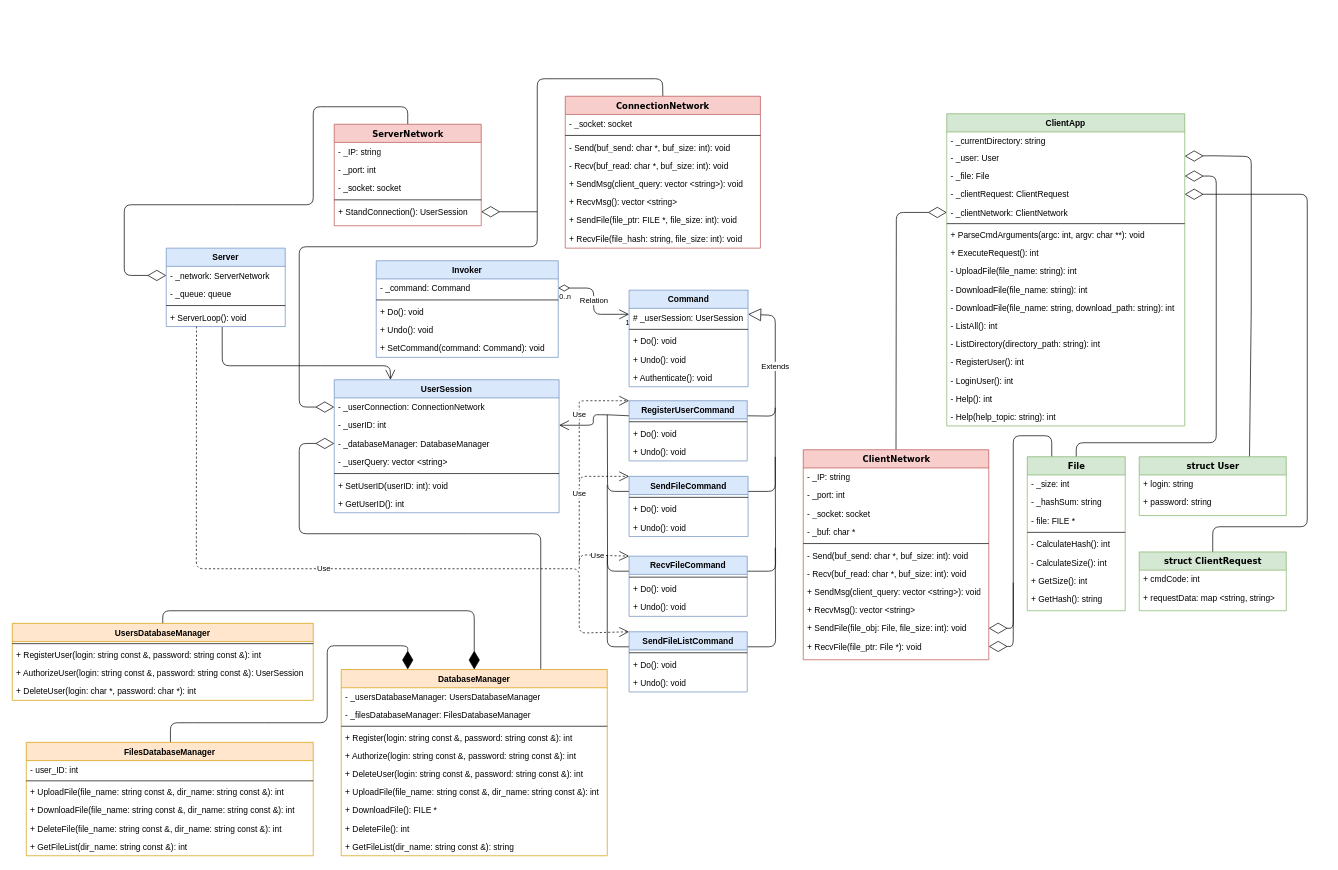
Above: uml.drawio in SmailD35/ScreamerCloud (draw.io), before the change. Source tidied: cells renumbered, new cells numbered last; positions are measured from the earlier drawing's top-left corner, leaving out a move shared by most shapes. Both pictures are drawn from the tidied source at 70%, with x=0, y=0 at pixel (12, 78).
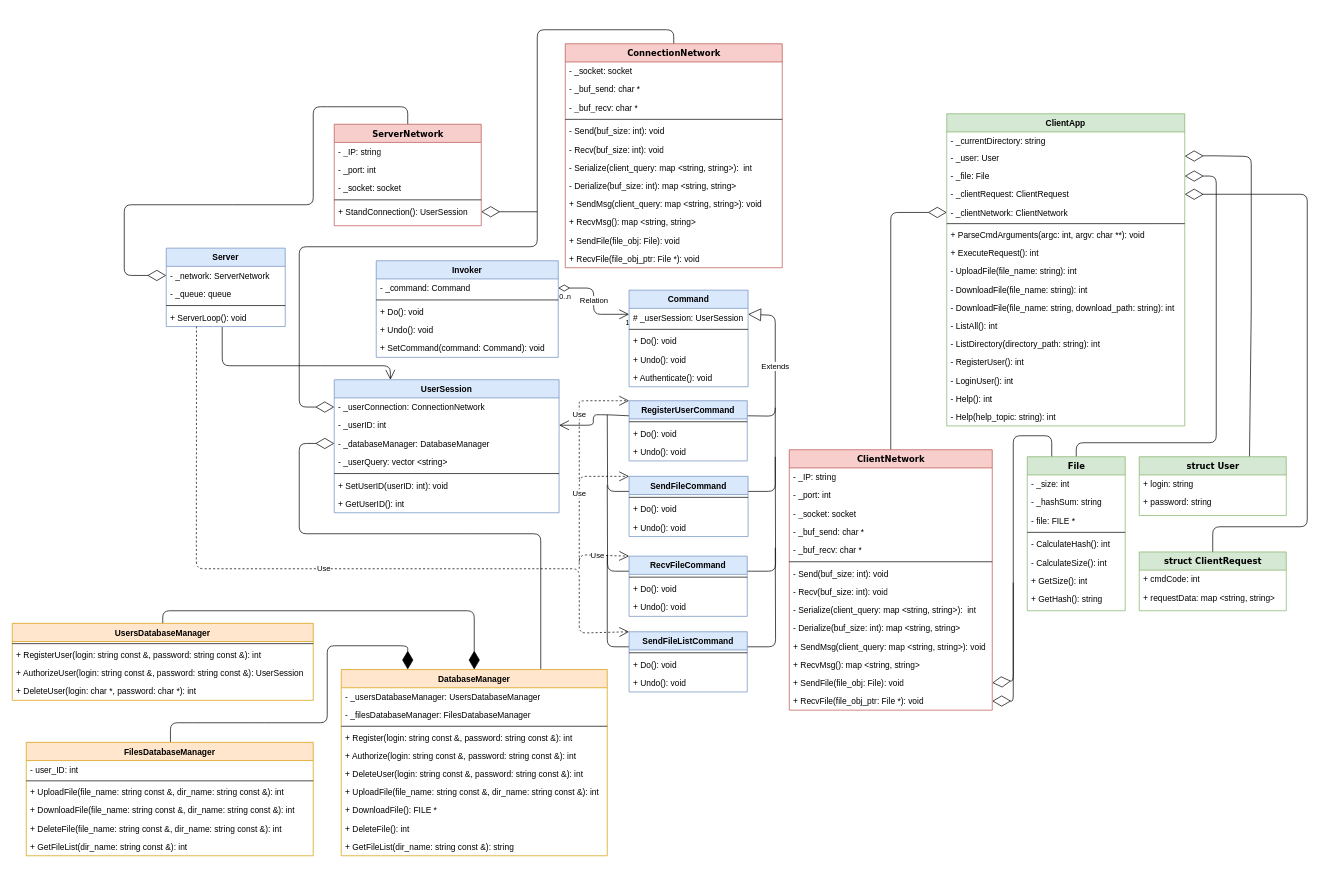
Above is the later version.

Commit message:
исправлена uml

Unchanged cells that the change refers to:
```xml
<mxCell id="35" value="- _clientNetwork: ClientNetwork" style="text;strokeColor=none;fillColor=none;align=left;verticalAlign=top;spacingLeft=4;spacingRight=4;overflow=hidden;points=[[0,0.5],[1,0.5]];portConstraint=eastwest;" parent="30" vertex="1">
  <mxGeometry y="128" width="340" height="26" as="geometry" />
</mxCell>
<mxCell id="76" value="- _userConnection: ConnectionNetwork" style="text;strokeColor=none;fillColor=none;align=left;verticalAlign=top;spacingLeft=4;spacingRight=4;overflow=hidden;points=[[0,0.5],[1,0.5]];portConstraint=eastwest;" parent="75" vertex="1">
  <mxGeometry y="26" width="321.2" height="26" as="geometry" />
</mxCell>
<mxCell id="140" value="File" style="swimlane;html=1;fontStyle=1;align=center;verticalAlign=top;horizontal=1;startSize=26;swimlaneFillColor=#ffffff;rounded=0;shadow=0;comic=0;labelBackgroundColor=none;strokeWidth=1;fillColor=#d5e8d4;fontFamily=Verdana;fontSize=12;strokeColor=#82b366;" parent="1" vertex="1">
  <mxGeometry x="1450" y="540" width="140" height="220" as="geometry" />
</mxCell>
```

Diff of the diagram source:
```diff
@@
     <mxCell id="3" style="endArrow=diamondThin;endFill=0;endSize=24;html=1;entryX=0;entryY=0.5;entryDx=0;entryDy=0;exitX=0.5;exitY=0;exitDx=0;exitDy=0;" parent="1" edge="1" source="128" target="35">
       <mxGeometry relative="1" as="geometry">
         <Array as="points">
-          <mxPoint x="1263" y="191" />
+          <mxPoint x="1255" y="191" />
         </Array>
       </mxGeometry>
     </mxCell>
@@
     <mxCell id="24" style="endArrow=diamondThin;endFill=0;endSize=24;html=1;entryX=0;entryY=0.5;entryDx=0;entryDy=0;exitX=0.5;exitY=0;exitDx=0;exitDy=0;" parent="1" edge="1" source="95" target="76">
       <mxGeometry relative="1" as="geometry">
         <Array as="points">
-          <mxPoint x="929" />
-          <mxPoint x="750" />
+          <mxPoint x="945" y="-70" />
+          <mxPoint x="750" y="-70" />
           <mxPoint x="750" y="240" />
           <mxPoint x="410" y="240" />
           <mxPoint x="410" y="469" />
         </Array>
       </mxGeometry>
     </mxCell>
@@
     <mxCell id="29" style="endArrow=diamondThin;endFill=0;endSize=24;html=1;entryX=1;entryY=0.5;entryDx=0;entryDy=0;exitX=0.25;exitY=0;exitDx=0;exitDy=0;" parent="1" edge="1" source="140" target="138">
       <mxGeometry relative="1" as="geometry">
         <Array as="points">
           <mxPoint x="1485" y="510" />
           <mxPoint x="1430" y="510" />
-          <mxPoint x="1430" y="785" />
+          <mxPoint x="1430" y="860" />
         </Array>
       </mxGeometry>
     </mxCell>
@@
-    <mxCell id="95" value="ConnectionNetwork" style="swimlane;html=1;fontStyle=1;align=center;verticalAlign=top;horizontal=1;startSize=26;swimlaneFillColor=#ffffff;rounded=0;shadow=0;comic=0;labelBackgroundColor=none;strokeWidth=1;fillColor=#f8cecc;fontFamily=Verdana;fontSize=12;strokeColor=#b85450;" parent="1" vertex="1">
-      <mxGeometry x="790" y="25" width="278.8" height="217" as="geometry" />
-    </mxCell>
-    <mxCell id="96" value="- _socket: socket" style="text;html=1;strokeColor=none;fillColor=none;align=left;verticalAlign=top;spacingLeft=4;spacingRight=4;whiteSpace=wrap;overflow=hidden;" parent="95" vertex="1">
-      <mxGeometry y="26" width="278.8" height="26" as="geometry" />
-    </mxCell>
-    <mxCell id="97" style="line;html=1;strokeWidth=1;fillColor=none;align=left;verticalAlign=middle;spacingTop=-1;spacingLeft=3;spacingRight=3;labelPosition=right;" parent="95" vertex="1">
-      <mxGeometry y="52" width="278.8" height="8" as="geometry" />
-    </mxCell>
-    <mxCell id="98" value="- Send(buf_send: char *, buf_size: int): void" style="text;html=1;strokeColor=none;fillColor=none;align=left;verticalAlign=top;spacingLeft=4;spacingRight=4;whiteSpace=wrap;overflow=hidden;" parent="95" vertex="1">
-      <mxGeometry y="60" width="278.8" height="26" as="geometry" />
-    </mxCell>
-    <mxCell id="99" value="- Recv(buf_read: char *, buf_size: int): void" style="text;html=1;strokeColor=none;fillColor=none;align=left;verticalAlign=top;spacingLeft=4;spacingRight=4;whiteSpace=wrap;overflow=hidden;" parent="95" vertex="1">
-      <mxGeometry y="86" width="278.8" height="26" as="geometry" />
-    </mxCell>
-    <mxCell id="100" value="+ SendMsg(client_query: vector &amp;lt;string&amp;gt;): void&amp;nbsp;" style="text;html=1;strokeColor=none;fillColor=none;align=left;verticalAlign=top;spacingLeft=4;spacingRight=4;whiteSpace=wrap;overflow=hidden;" parent="95" vertex="1">
-      <mxGeometry y="112" width="278.8" height="26" as="geometry" />
-    </mxCell>
-    <mxCell id="101" value="+ RecvMsg(): vector &amp;lt;string&amp;gt;" style="text;html=1;strokeColor=none;fillColor=none;align=left;verticalAlign=top;spacingLeft=4;spacingRight=4;whiteSpace=wrap;overflow=hidden;" parent="95" vertex="1">
-      <mxGeometry y="138" width="278.8" height="26" as="geometry" />
-    </mxCell>
-    <mxCell id="102" value="+ SendFile(file_ptr: FILE *, file_size: int): void" style="text;html=1;strokeColor=none;fillColor=none;align=left;verticalAlign=top;spacingLeft=4;spacingRight=4;whiteSpace=wrap;overflow=hidden;" parent="95" vertex="1">
-      <mxGeometry y="164" width="278.8" height="26" as="geometry" />
-    </mxCell>
-    <mxCell id="103" value="+ RecvFile(file_hash: string, file_size: int): void" style="text;html=1;strokeColor=none;fillColor=none;align=left;verticalAlign=top;spacingLeft=4;spacingRight=4;whiteSpace=wrap;overflow=hidden;" parent="95" vertex="1">
-      <mxGeometry y="190" width="278.8" height="26" as="geometry" />
-    </mxCell>
@@
     <mxCell id="127" style="endArrow=diamondThin;endFill=0;endSize=24;html=1;entryX=1;entryY=0.5;entryDx=0;entryDy=0;" parent="1" edge="1" target="139">
       <mxGeometry relative="1" as="geometry">
         <mxPoint x="1430" y="720" as="sourcePoint" />
         <Array as="points">
-          <mxPoint x="1430" y="780" />
-          <mxPoint x="1430" y="811" />
+          <mxPoint x="1430" y="830" />
+          <mxPoint x="1430" y="889" />
         </Array>
       </mxGeometry>
     </mxCell>
     <mxCell id="128" value="ClientNetwork" style="swimlane;html=1;fontStyle=1;align=center;verticalAlign=top;horizontal=1;startSize=26;swimlaneFillColor=#ffffff;rounded=0;shadow=0;comic=0;labelBackgroundColor=none;strokeWidth=1;fillColor=#f8cecc;fontFamily=Verdana;fontSize=12;strokeColor=#b85450;" parent="1" vertex="1">
-      <mxGeometry x="1130" y="530" width="265" height="300" as="geometry" />
+      <mxGeometry x="1110" y="530" width="290" height="372" as="geometry" />
     </mxCell>
     <mxCell id="129" value="- _IP: string" style="text;html=1;strokeColor=none;fillColor=none;align=left;verticalAlign=top;spacingLeft=4;spacingRight=4;whiteSpace=wrap;overflow=hidden;" parent="128" vertex="1">
-      <mxGeometry y="26" width="265" height="26" as="geometry" />
+      <mxGeometry y="26" width="290" height="26" as="geometry" />
     </mxCell>
     <mxCell id="130" value="- _port: int" style="text;html=1;strokeColor=none;fillColor=none;align=left;verticalAlign=top;spacingLeft=4;spacingRight=4;whiteSpace=wrap;overflow=hidden;" parent="128" vertex="1">
-      <mxGeometry y="52" width="265" height="26" as="geometry" />
+      <mxGeometry y="52" width="290" height="26" as="geometry" />
     </mxCell>
     <mxCell id="131" value="- _socket: socket" style="text;html=1;strokeColor=none;fillColor=none;align=left;verticalAlign=top;spacingLeft=4;spacingRight=4;whiteSpace=wrap;overflow=hidden;" parent="128" vertex="1">
-      <mxGeometry y="78" width="265" height="26" as="geometry" />
+      <mxGeometry y="78" width="290" height="26" as="geometry" />
     </mxCell>
-    <mxCell id="132" value="- _buf: char *" style="text;html=1;strokeColor=none;fillColor=none;align=left;verticalAlign=top;spacingLeft=4;spacingRight=4;whiteSpace=wrap;overflow=hidden;" parent="128" vertex="1">
-      <mxGeometry y="104" width="265" height="26" as="geometry" />
+    <mxCell id="132" value="- _buf_send: char *" style="text;html=1;strokeColor=none;fillColor=none;align=left;verticalAlign=top;spacingLeft=4;spacingRight=4;whiteSpace=wrap;overflow=hidden;" parent="128" vertex="1">
+      <mxGeometry y="104" width="290" height="26" as="geometry" />
     </mxCell>
+    <mxCell id="155" value="- _buf_recv: char *" style="text;html=1;strokeColor=none;fillColor=none;align=left;verticalAlign=top;spacingLeft=4;spacingRight=4;whiteSpace=wrap;overflow=hidden;" parent="128" vertex="1">
+      <mxGeometry y="130" width="290" height="26" as="geometry" />
+    </mxCell>
     <mxCell id="133" style="line;html=1;strokeWidth=1;fillColor=none;align=left;verticalAlign=middle;spacingTop=-1;spacingLeft=3;spacingRight=3;labelPosition=right;" parent="128" vertex="1">
-      <mxGeometry y="130" width="265" height="8" as="geometry" />
+      <mxGeometry y="156" width="290" height="8" as="geometry" />
     </mxCell>
-    <mxCell id="134" value="- Send(buf_send: char *, buf_size: int): void" style="text;html=1;strokeColor=none;fillColor=none;align=left;verticalAlign=top;spacingLeft=4;spacingRight=4;whiteSpace=wrap;overflow=hidden;" parent="128" vertex="1">
-      <mxGeometry y="138" width="265" height="26" as="geometry" />
+    <mxCell id="134" value="- Send(buf_size: int): void" style="text;html=1;strokeColor=none;fillColor=none;align=left;verticalAlign=top;spacingLeft=4;spacingRight=4;whiteSpace=wrap;overflow=hidden;" parent="128" vertex="1">
+      <mxGeometry y="164" width="290" height="26" as="geometry" />
     </mxCell>
-    <mxCell id="135" value="- Recv(buf_read: char *, buf_size: int): void" style="text;html=1;strokeColor=none;fillColor=none;align=left;verticalAlign=top;spacingLeft=4;spacingRight=4;whiteSpace=wrap;overflow=hidden;" parent="128" vertex="1">
-      <mxGeometry y="164" width="265" height="26" as="geometry" />
+    <mxCell id="135" value="- Recv(buf_size: int): void" style="text;html=1;strokeColor=none;fillColor=none;align=left;verticalAlign=top;spacingLeft=4;spacingRight=4;whiteSpace=wrap;overflow=hidden;" parent="128" vertex="1">
+      <mxGeometry y="190" width="290" height="26" as="geometry" />
     </mxCell>
+    <mxCell id="156" value="- Serialize(client_query: map &amp;lt;string, string&amp;gt;):&amp;nbsp; int" style="text;html=1;strokeColor=none;fillColor=none;align=left;verticalAlign=top;spacingLeft=4;spacingRight=4;whiteSpace=wrap;overflow=hidden;" parent="128" vertex="1">
+      <mxGeometry y="216" width="290" height="26" as="geometry" />
+    </mxCell>
+    <mxCell id="157" value="- Derialize(buf_size: int): map &amp;lt;string, string&amp;gt;" style="text;html=1;strokeColor=none;fillColor=none;align=left;verticalAlign=top;spacingLeft=4;spacingRight=4;whiteSpace=wrap;overflow=hidden;" parent="128" vertex="1">
+      <mxGeometry y="242" width="290" height="26" as="geometry" />
+    </mxCell>
-    <mxCell id="136" value="+ SendMsg(client_query: vector &amp;lt;string&amp;gt;): void" style="text;html=1;strokeColor=none;fillColor=none;align=left;verticalAlign=top;spacingLeft=4;spacingRight=4;whiteSpace=wrap;overflow=hidden;" parent="128" vertex="1">
-      <mxGeometry y="190" width="265" height="26" as="geometry" />
+    <mxCell id="136" value="+ SendMsg(client_query: map &amp;lt;string, string&amp;gt;): void" style="text;html=1;strokeColor=none;fillColor=none;align=left;verticalAlign=top;spacingLeft=4;spacingRight=4;whiteSpace=wrap;overflow=hidden;" parent="128" vertex="1">
+      <mxGeometry y="268" width="290" height="26" as="geometry" />
     </mxCell>
-    <mxCell id="137" value="+ RecvMsg(): vector &amp;lt;string&amp;gt;" style="text;html=1;strokeColor=none;fillColor=none;align=left;verticalAlign=top;spacingLeft=4;spacingRight=4;whiteSpace=wrap;overflow=hidden;" parent="128" vertex="1">
-      <mxGeometry y="216" width="265" height="26" as="geometry" />
+    <mxCell id="137" value="+ RecvMsg(): map &amp;lt;string, string&amp;gt;" style="text;html=1;strokeColor=none;fillColor=none;align=left;verticalAlign=top;spacingLeft=4;spacingRight=4;whiteSpace=wrap;overflow=hidden;" parent="128" vertex="1">
+      <mxGeometry y="294" width="290" height="26" as="geometry" />
     </mxCell>
-    <mxCell id="138" value="+ SendFile(file_obj: File, file_size: int): void" style="text;html=1;strokeColor=none;fillColor=none;align=left;verticalAlign=top;spacingLeft=4;spacingRight=4;whiteSpace=wrap;overflow=hidden;points=[[0,0.5],[1,0.5]];portConstraint=eastwest;" parent="128" vertex="1">
-      <mxGeometry y="242" width="265" height="26" as="geometry" />
+    <mxCell id="138" value="+ SendFile(file_obj: File): void" style="text;html=1;strokeColor=none;fillColor=none;align=left;verticalAlign=top;spacingLeft=4;spacingRight=4;whiteSpace=wrap;overflow=hidden;points=[[0,0.5],[1,0.5]];portConstraint=eastwest;" parent="128" vertex="1">
+      <mxGeometry y="320" width="290" height="26" as="geometry" />
     </mxCell>
-    <mxCell id="139" value="+ RecvFile(file_ptr: File *): void" style="text;html=1;strokeColor=none;fillColor=none;align=left;verticalAlign=top;spacingLeft=4;spacingRight=4;whiteSpace=wrap;overflow=hidden;points=[[0,0.5],[1,0.5]];portConstraint=eastwest;" parent="128" vertex="1">
-      <mxGeometry y="268" width="265" height="26" as="geometry" />
+    <mxCell id="139" value="+ RecvFile(file_obj_ptr: File *): void" style="text;html=1;strokeColor=none;fillColor=none;align=left;verticalAlign=top;spacingLeft=4;spacingRight=4;whiteSpace=wrap;overflow=hidden;points=[[0,0.5],[1,0.5]];portConstraint=eastwest;" parent="128" vertex="1">
+      <mxGeometry y="346" width="290" height="26" as="geometry" />
     </mxCell>
@@
+    <mxCell id="95" value="ConnectionNetwork" style="swimlane;html=1;fontStyle=1;align=center;verticalAlign=top;horizontal=1;startSize=26;swimlaneFillColor=#ffffff;rounded=0;shadow=0;comic=0;labelBackgroundColor=none;strokeWidth=1;fillColor=#f8cecc;fontFamily=Verdana;fontSize=12;strokeColor=#b85450;" parent="1" vertex="1">
+      <mxGeometry x="790" y="-50" width="310" height="320" as="geometry" />
+    </mxCell>
+    <mxCell id="96" value="- _socket: socket" style="text;html=1;strokeColor=none;fillColor=none;align=left;verticalAlign=top;spacingLeft=4;spacingRight=4;whiteSpace=wrap;overflow=hidden;" parent="95" vertex="1">
+      <mxGeometry y="26" width="310" height="26" as="geometry" />
+    </mxCell>
+    <mxCell id="158" value="- _buf_send: char *" style="text;html=1;strokeColor=none;fillColor=none;align=left;verticalAlign=top;spacingLeft=4;spacingRight=4;whiteSpace=wrap;overflow=hidden;" parent="95" vertex="1">
+      <mxGeometry y="52" width="310" height="26" as="geometry" />
+    </mxCell>
+    <mxCell id="159" value="- _buf_recv: char *" style="text;html=1;strokeColor=none;fillColor=none;align=left;verticalAlign=top;spacingLeft=4;spacingRight=4;whiteSpace=wrap;overflow=hidden;" parent="95" vertex="1">
+      <mxGeometry y="78" width="310" height="26" as="geometry" />
+    </mxCell>
+    <mxCell id="97" style="line;html=1;strokeWidth=1;fillColor=none;align=left;verticalAlign=middle;spacingTop=-1;spacingLeft=3;spacingRight=3;labelPosition=right;" parent="95" vertex="1">
+      <mxGeometry y="104" width="310" height="8" as="geometry" />
+    </mxCell>
+    <mxCell id="98" value="- Send(buf_size: int): void" style="text;html=1;strokeColor=none;fillColor=none;align=left;verticalAlign=top;spacingLeft=4;spacingRight=4;whiteSpace=wrap;overflow=hidden;" parent="95" vertex="1">
+      <mxGeometry y="112" width="310" height="26" as="geometry" />
+    </mxCell>
+    <mxCell id="99" value="- Recv(buf_size: int): void" style="text;html=1;strokeColor=none;fillColor=none;align=left;verticalAlign=top;spacingLeft=4;spacingRight=4;whiteSpace=wrap;overflow=hidden;" parent="95" vertex="1">
+      <mxGeometry y="138" width="310" height="26" as="geometry" />
+    </mxCell>
+    <mxCell id="160" value="- Serialize(client_query: map &amp;lt;string, string&amp;gt;):&amp;nbsp; int" style="text;html=1;strokeColor=none;fillColor=none;align=left;verticalAlign=top;spacingLeft=4;spacingRight=4;whiteSpace=wrap;overflow=hidden;" parent="95" vertex="1">
+      <mxGeometry y="164" width="310" height="26" as="geometry" />
+    </mxCell>
+    <mxCell id="161" value="- Derialize(buf_size: int): map &amp;lt;string, string&amp;gt;" style="text;html=1;strokeColor=none;fillColor=none;align=left;verticalAlign=top;spacingLeft=4;spacingRight=4;whiteSpace=wrap;overflow=hidden;" parent="95" vertex="1">
+      <mxGeometry y="190" width="310" height="26" as="geometry" />
+    </mxCell>
+    <mxCell id="100" value="+ SendMsg(client_query: map &amp;lt;string, string&amp;gt;): void&amp;nbsp;" style="text;html=1;strokeColor=none;fillColor=none;align=left;verticalAlign=top;spacingLeft=4;spacingRight=4;whiteSpace=wrap;overflow=hidden;" parent="95" vertex="1">
+      <mxGeometry y="216" width="310" height="26" as="geometry" />
+    </mxCell>
+    <mxCell id="101" value="+ RecvMsg(): map &amp;lt;string, string&amp;gt;" style="text;html=1;strokeColor=none;fillColor=none;align=left;verticalAlign=top;spacingLeft=4;spacingRight=4;whiteSpace=wrap;overflow=hidden;" parent="95" vertex="1">
+      <mxGeometry y="242" width="310" height="26" as="geometry" />
+    </mxCell>
+    <mxCell id="102" value="+ SendFile(file_obj: File): void" style="text;html=1;strokeColor=none;fillColor=none;align=left;verticalAlign=top;spacingLeft=4;spacingRight=4;whiteSpace=wrap;overflow=hidden;" parent="95" vertex="1">
+      <mxGeometry y="268" width="310" height="26" as="geometry" />
+    </mxCell>
+    <mxCell id="103" value="+ RecvFile(file_obj_ptr: File *): void" style="text;html=1;strokeColor=none;fillColor=none;align=left;verticalAlign=top;spacingLeft=4;spacingRight=4;whiteSpace=wrap;overflow=hidden;" parent="95" vertex="1">
+      <mxGeometry y="294" width="310" height="26" as="geometry" />
+    </mxCell>
```
